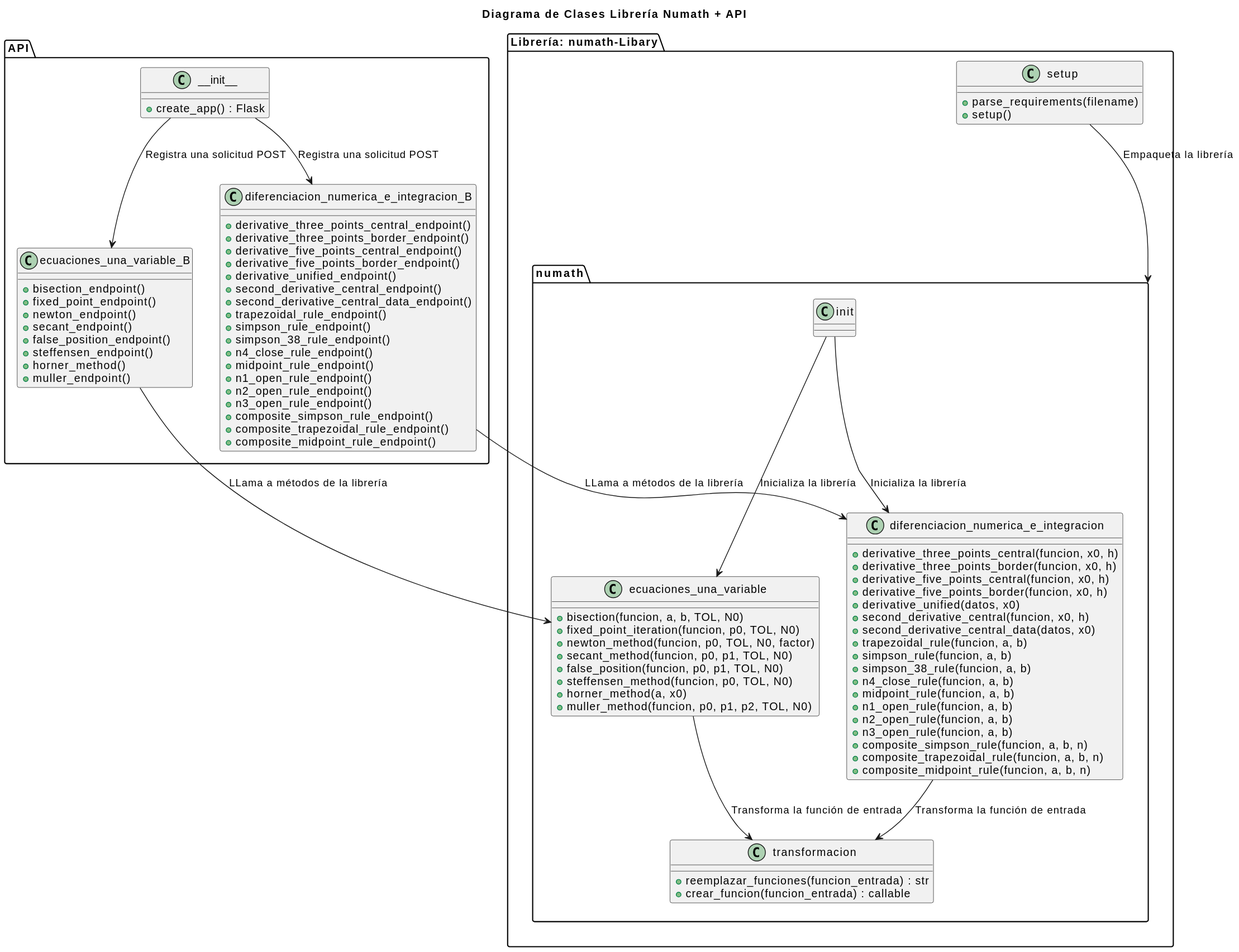
Before: imágenes/modelosUML/diagramaClases.svg, a diagram exported from PlantUML (rodri5villa/numath-API).
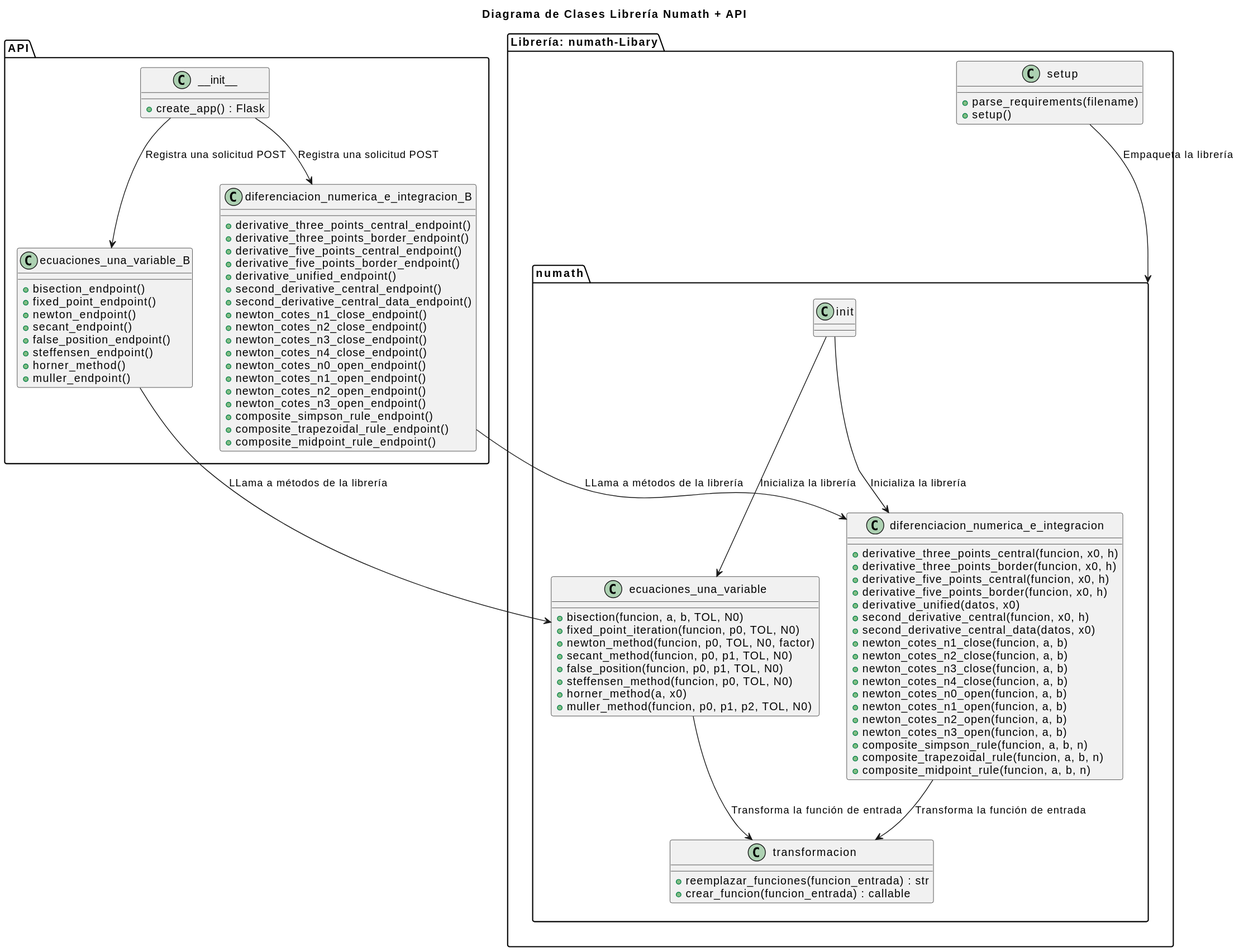
Above is the later version.

The edit, as a diff of the source:
```diff
@@ -26,14 +26,14 @@
     + derivative_unified_endpoint()
     + second_derivative_central_endpoint()
     + second_derivative_central_data_endpoint()
-    + trapezoidal_rule_endpoint()
-    + simpson_rule_endpoint()
-    + simpson_38_rule_endpoint()
-    + n4_close_rule_endpoint()
-    + midpoint_rule_endpoint()
-    + n1_open_rule_endpoint()
-    + n2_open_rule_endpoint()
-    + n3_open_rule_endpoint()
+    + newton_cotes_n1_close_endpoint()
+    + newton_cotes_n2_close_endpoint()
+    + newton_cotes_n3_close_endpoint()
+    + newton_cotes_n4_close_endpoint()
+    + newton_cotes_n0_open_endpoint()
+    + newton_cotes_n1_open_endpoint()
+    + newton_cotes_n2_open_endpoint()
+    + newton_cotes_n3_open_endpoint()
     + composite_simpson_rule_endpoint()
     + composite_trapezoidal_rule_endpoint()
     + composite_midpoint_rule_endpoint()
@@ -66,14 +66,14 @@
     + derivative_unified(datos, x0)
     + second_derivative_central(funcion, x0, h)
     + second_derivative_central_data(datos, x0)
-    + trapezoidal_rule(funcion, a, b)
-    + simpson_rule(funcion, a, b)
-    + simpson_38_rule(funcion, a, b)
-    + n4_close_rule(funcion, a, b)
-    + midpoint_rule(funcion, a, b)
-    + n1_open_rule(funcion, a, b)
-    + n2_open_rule(funcion, a, b)
-    + n3_open_rule(funcion, a, b)
+    + newton_cotes_n1_close(funcion, a, b)
+    + newton_cotes_n2_close(funcion, a, b)
+    + newton_cotes_n3_close(funcion, a, b)
+    + newton_cotes_n4_close(funcion, a, b)
+    + newton_cotes_n0_open(funcion, a, b)
+    + newton_cotes_n1_open(funcion, a, b)
+    + newton_cotes_n2_open(funcion, a, b)
+    + newton_cotes_n3_open(funcion, a, b)
     + composite_simpson_rule(funcion, a, b, n)
     + composite_trapezoidal_rule(funcion, a, b, n)
     + composite_midpoint_rule(funcion, a, b, n)
```
